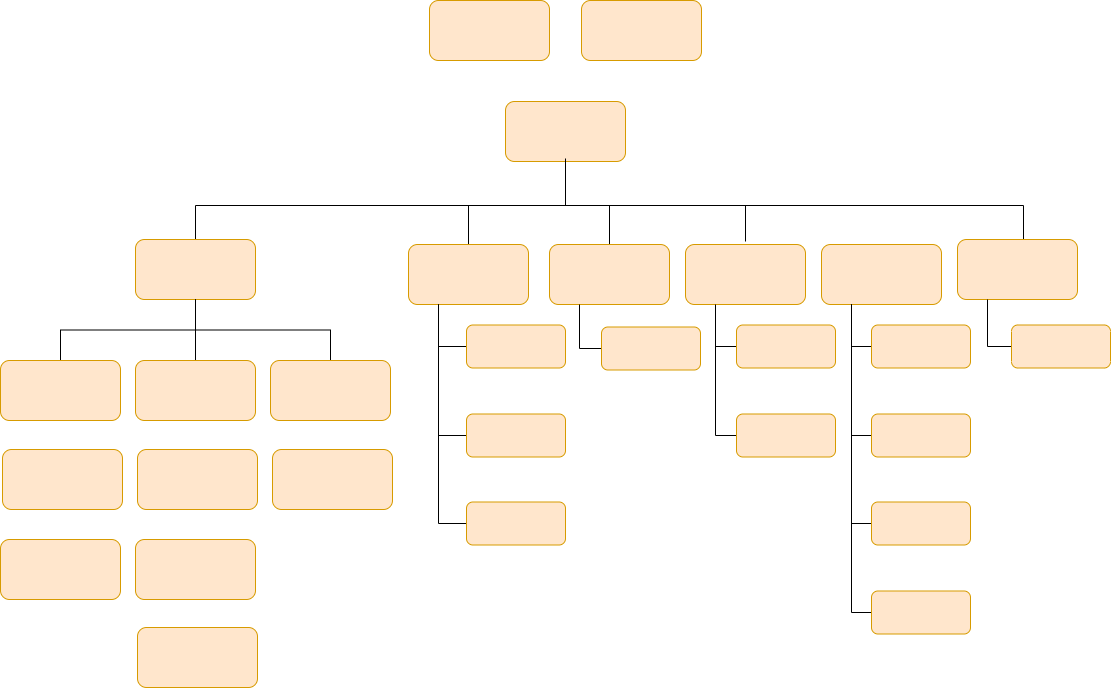
Above: diagrams/organigramme.png in Ahmed-Amine-Soltani/labs (draw.io), before the change. Source tidied: cells renumbered, new cells last; positions are measured from the earlier drawing's top-left corner, leaving out a move shared by most shapes.
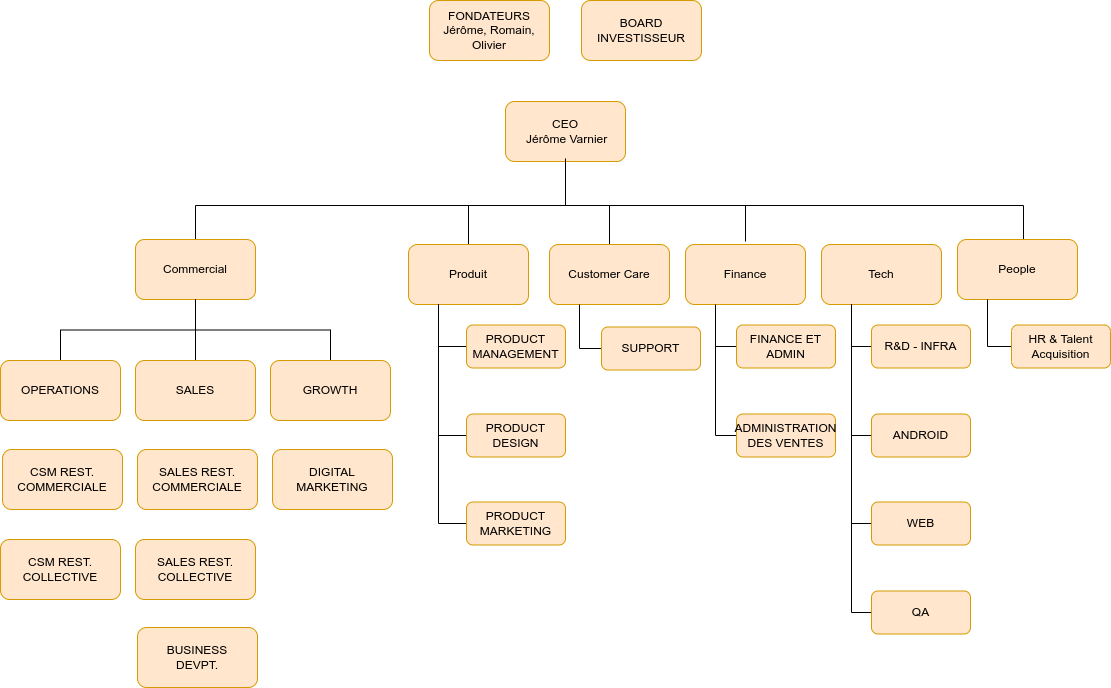
Above is the later version.

What changed in the source:
```diff
@@ -2,13 +2,13 @@
   <root>
     <mxCell id="0" />
     <mxCell id="1" parent="0" />
-    <mxCell id="2" style="rounded=1;whiteSpace=wrap;html=1;fillColor=#ffe6cc;strokeColor=#d79b00;" parent="1" vertex="1">
+    <mxCell id="2" value="FONDATEURS&lt;br&gt;Jérôme, Romain, Olivier" style="rounded=1;whiteSpace=wrap;html=1;fillColor=#ffe6cc;strokeColor=#d79b00;" parent="1" vertex="1">
       <mxGeometry x="429" width="120" height="60" as="geometry" />
     </mxCell>
-    <mxCell id="3" style="rounded=1;whiteSpace=wrap;html=1;fillColor=#ffe6cc;strokeColor=#d79b00;" parent="1" vertex="1">
+    <mxCell id="3" value="BOARD&lt;br/&gt;INVESTISSEUR" style="rounded=1;whiteSpace=wrap;html=1;fillColor=#ffe6cc;strokeColor=#d79b00;" parent="1" vertex="1">
       <mxGeometry x="581" width="120" height="60" as="geometry" />
     </mxCell>
-    <mxCell id="4" style="rounded=1;whiteSpace=wrap;html=1;fillColor=#ffe6cc;strokeColor=#d79b00;" parent="1" vertex="1">
+    <mxCell id="4" value="CEO&lt;br&gt;&amp;nbsp;Jérôme Varnier" style="rounded=1;whiteSpace=wrap;html=1;fillColor=#ffe6cc;strokeColor=#d79b00;" parent="1" vertex="1">
       <mxGeometry x="505" y="101" width="120" height="60" as="geometry" />
     </mxCell>
     <mxCell id="5" style="edgeStyle=orthogonalEdgeStyle;rounded=0;jettySize=auto;html=1;endArrow=none;endFill=0;exitX=0.5;exitY=0;exitDx=0;exitDy=0;" parent="1" edge="1" source="6">
@@ -20,13 +20,13 @@
         </Array>
       </mxGeometry>
     </mxCell>
-    <mxCell id="6" style="rounded=1;whiteSpace=wrap;html=1;fillColor=#ffe6cc;strokeColor=#d79b00;" parent="1" vertex="1">
+    <mxCell id="6" value="Commercial" style="rounded=1;whiteSpace=wrap;html=1;fillColor=#ffe6cc;strokeColor=#d79b00;" parent="1" vertex="1">
       <mxGeometry x="135" y="239" width="120" height="60" as="geometry" />
     </mxCell>
     <mxCell id="7" style="edgeStyle=orthogonalEdgeStyle;rounded=0;jettySize=auto;html=1;exitX=0.5;exitY=0;exitDx=0;exitDy=0;endArrow=none;endFill=0;" parent="1" edge="1" source="8" target="6">
       <mxGeometry relative="1" as="geometry" />
     </mxCell>
-    <mxCell id="8" style="rounded=1;whiteSpace=wrap;html=1;fillColor=#ffe6cc;strokeColor=#d79b00;" parent="1" vertex="1">
+    <mxCell id="8" value="OPERATIONS" style="rounded=1;whiteSpace=wrap;html=1;fillColor=#ffe6cc;strokeColor=#d79b00;" parent="1" vertex="1">
       <mxGeometry y="360" width="120" height="60" as="geometry" />
     </mxCell>
     <mxCell id="9" style="edgeStyle=orthogonalEdgeStyle;rounded=0;orthogonalLoop=1;jettySize=auto;html=1;exitX=0.5;exitY=0;exitDx=0;exitDy=0;entryX=0.5;entryY=1;entryDx=0;entryDy=0;endArrow=none;endFill=0;" parent="1" edge="1">
@@ -39,7 +39,7 @@
         </Array>
       </mxGeometry>
     </mxCell>
-    <mxCell id="10" style="rounded=1;whiteSpace=wrap;html=1;fillColor=#ffe6cc;strokeColor=#d79b00;" parent="1" vertex="1">
+    <mxCell id="10" value="Produit" style="rounded=1;whiteSpace=wrap;html=1;fillColor=#ffe6cc;strokeColor=#d79b00;" parent="1" vertex="1">
       <mxGeometry x="408" y="244" width="120" height="60" as="geometry" />
     </mxCell>
     <mxCell id="11" style="edgeStyle=orthogonalEdgeStyle;rounded=0;jettySize=auto;html=1;exitX=0.25;exitY=1;exitDx=0;exitDy=0;entryX=0;entryY=0.5;entryDx=0;entryDy=0;endArrow=none;endFill=0;" parent="1" edge="1" source="13" target="31">
@@ -55,7 +55,7 @@
         </Array>
       </mxGeometry>
     </mxCell>
-    <mxCell id="13" style="rounded=1;whiteSpace=wrap;html=1;fillColor=#ffe6cc;strokeColor=#d79b00;" parent="1" vertex="1">
+    <mxCell id="13" value="Finance" style="rounded=1;whiteSpace=wrap;html=1;fillColor=#ffe6cc;strokeColor=#d79b00;" parent="1" vertex="1">
       <mxGeometry x="685" y="244" width="120" height="60" as="geometry" />
     </mxCell>
     <mxCell id="14" style="edgeStyle=orthogonalEdgeStyle;rounded=0;jettySize=auto;html=1;exitX=0.5;exitY=0;exitDx=0;exitDy=0;entryX=0.5;entryY=1;entryDx=0;entryDy=0;endArrow=none;endFill=0;" parent="1" edge="1" source="15" target="4">
@@ -66,7 +66,7 @@
         </Array>
       </mxGeometry>
     </mxCell>
-    <mxCell id="15" style="rounded=1;whiteSpace=wrap;html=1;fillColor=#ffe6cc;strokeColor=#d79b00;" parent="1" vertex="1">
+    <mxCell id="15" value="Customer Care" style="rounded=1;whiteSpace=wrap;html=1;fillColor=#ffe6cc;strokeColor=#d79b00;" parent="1" vertex="1">
       <mxGeometry x="549" y="244" width="120" height="60" as="geometry" />
     </mxCell>
     <mxCell id="16" style="edgeStyle=orthogonalEdgeStyle;rounded=0;jettySize=auto;html=1;exitX=0.5;exitY=0;exitDx=0;exitDy=0;endArrow=none;endFill=0;entryX=0.5;entryY=1;entryDx=0;entryDy=0;" parent="1" edge="1" target="4">
@@ -78,103 +78,103 @@
         </Array>
       </mxGeometry>
     </mxCell>
-    <mxCell id="17" style="rounded=1;whiteSpace=wrap;html=1;fillColor=#ffe6cc;strokeColor=#d79b00;" parent="1" vertex="1">
+    <mxCell id="17" value="People" style="rounded=1;whiteSpace=wrap;html=1;fillColor=#ffe6cc;strokeColor=#d79b00;" parent="1" vertex="1">
       <mxGeometry x="957" y="239" width="120" height="60" as="geometry" />
     </mxCell>
-    <mxCell id="18" style="rounded=1;whiteSpace=wrap;html=1;fillColor=#ffe6cc;strokeColor=#d79b00;" parent="1" vertex="1">
+    <mxCell id="18" value="Tech" style="rounded=1;whiteSpace=wrap;html=1;fillColor=#ffe6cc;strokeColor=#d79b00;" parent="1" vertex="1">
       <mxGeometry x="821" y="244" width="120" height="60" as="geometry" />
     </mxCell>
     <mxCell id="19" style="edgeStyle=orthogonalEdgeStyle;rounded=0;jettySize=auto;html=1;exitX=0.5;exitY=0;exitDx=0;exitDy=0;entryX=0.5;entryY=1;entryDx=0;entryDy=0;endArrow=none;endFill=0;" parent="1" edge="1" source="20" target="6">
       <mxGeometry relative="1" as="geometry" />
     </mxCell>
-    <mxCell id="20" style="rounded=1;whiteSpace=wrap;html=1;fillColor=#ffe6cc;strokeColor=#d79b00;" parent="1" vertex="1">
+    <mxCell id="20" value="SALES" style="rounded=1;whiteSpace=wrap;html=1;fillColor=#ffe6cc;strokeColor=#d79b00;" parent="1" vertex="1">
       <mxGeometry x="135" y="360" width="120" height="60" as="geometry" />
     </mxCell>
     <mxCell id="21" style="edgeStyle=orthogonalEdgeStyle;rounded=0;jettySize=auto;html=1;exitX=0.5;exitY=0;exitDx=0;exitDy=0;entryX=0.5;entryY=1;entryDx=0;entryDy=0;endArrow=none;endFill=0;" parent="1" edge="1" source="22" target="6">
       <mxGeometry relative="1" as="geometry" />
     </mxCell>
-    <mxCell id="22" style="rounded=1;whiteSpace=wrap;html=1;fillColor=#ffe6cc;strokeColor=#d79b00;" parent="1" vertex="1">
+    <mxCell id="22" value="GROWTH" style="rounded=1;whiteSpace=wrap;html=1;fillColor=#ffe6cc;strokeColor=#d79b00;" parent="1" vertex="1">
       <mxGeometry x="270" y="360" width="120" height="60" as="geometry" />
     </mxCell>
-    <mxCell id="23" style="rounded=1;whiteSpace=wrap;html=1;fillColor=#ffe6cc;strokeColor=#d79b00;" parent="1" vertex="1">
+    <mxCell id="23" value="CSM REST.&lt;br/&gt;COMMERCIALE" style="rounded=1;whiteSpace=wrap;html=1;fillColor=#ffe6cc;strokeColor=#d79b00;" parent="1" vertex="1">
       <mxGeometry x="2" y="449" width="120" height="60" as="geometry" />
     </mxCell>
-    <mxCell id="24" style="rounded=1;whiteSpace=wrap;html=1;fillColor=#ffe6cc;strokeColor=#d79b00;" parent="1" vertex="1">
+    <mxCell id="24" value="SALES REST.&lt;br/&gt;COMMERCIALE" style="rounded=1;whiteSpace=wrap;html=1;fillColor=#ffe6cc;strokeColor=#d79b00;" parent="1" vertex="1">
       <mxGeometry x="137" y="449" width="120" height="60" as="geometry" />
     </mxCell>
-    <mxCell id="25" style="rounded=1;whiteSpace=wrap;html=1;fillColor=#ffe6cc;strokeColor=#d79b00;" parent="1" vertex="1">
+    <mxCell id="25" value="DIGITAL&lt;br/&gt;MARKETING" style="rounded=1;whiteSpace=wrap;html=1;fillColor=#ffe6cc;strokeColor=#d79b00;" parent="1" vertex="1">
       <mxGeometry x="272" y="449" width="120" height="60" as="geometry" />
     </mxCell>
-    <mxCell id="26" style="rounded=1;whiteSpace=wrap;html=1;fillColor=#ffe6cc;strokeColor=#d79b00;" parent="1" vertex="1">
+    <mxCell id="26" value="CSM REST.&lt;br/&gt;COLLECTIVE" style="rounded=1;whiteSpace=wrap;html=1;fillColor=#ffe6cc;strokeColor=#d79b00;" parent="1" vertex="1">
       <mxGeometry y="539" width="120" height="60" as="geometry" />
     </mxCell>
-    <mxCell id="27" style="rounded=1;whiteSpace=wrap;html=1;fillColor=#ffe6cc;strokeColor=#d79b00;" parent="1" vertex="1">
+    <mxCell id="27" value="SALES REST.&lt;br/&gt;COLLECTIVE" style="rounded=1;whiteSpace=wrap;html=1;fillColor=#ffe6cc;strokeColor=#d79b00;" parent="1" vertex="1">
       <mxGeometry x="135" y="539" width="120" height="60" as="geometry" />
     </mxCell>
-    <mxCell id="28" style="rounded=1;whiteSpace=wrap;html=1;fillColor=#ffe6cc;strokeColor=#d79b00;" parent="1" vertex="1">
+    <mxCell id="28" value="BUSINESS&lt;br/&gt;DEVPT." style="rounded=1;whiteSpace=wrap;html=1;fillColor=#ffe6cc;strokeColor=#d79b00;" parent="1" vertex="1">
       <mxGeometry x="137" y="627" width="120" height="60" as="geometry" />
     </mxCell>
     <mxCell id="29" style="edgeStyle=orthogonalEdgeStyle;rounded=0;jettySize=auto;html=1;exitX=0;exitY=0.5;exitDx=0;exitDy=0;entryX=0.25;entryY=1;entryDx=0;entryDy=0;endArrow=none;endFill=0;" parent="1" edge="1" source="30" target="10">
       <mxGeometry relative="1" as="geometry" />
     </mxCell>
-    <mxCell id="30" style="rounded=1;whiteSpace=wrap;html=1;fillColor=#ffe6cc;strokeColor=#d79b00;" parent="1" vertex="1">
+    <mxCell id="30" value="PRODUCT&lt;br/&gt;MANAGEMENT" style="rounded=1;whiteSpace=wrap;html=1;fillColor=#ffe6cc;strokeColor=#d79b00;" parent="1" vertex="1">
       <mxGeometry x="466" y="324.5" width="99" height="43" as="geometry" />
     </mxCell>
-    <mxCell id="31" style="rounded=1;whiteSpace=wrap;html=1;fillColor=#ffe6cc;strokeColor=#d79b00;" parent="1" vertex="1">
+    <mxCell id="31" value="FINANCE ET&lt;br/&gt;ADMIN" style="rounded=1;whiteSpace=wrap;html=1;fillColor=#ffe6cc;strokeColor=#d79b00;" parent="1" vertex="1">
       <mxGeometry x="736" y="324.5" width="99" height="43" as="geometry" />
     </mxCell>
     <mxCell id="32" style="edgeStyle=orthogonalEdgeStyle;rounded=0;jettySize=auto;html=1;exitX=0;exitY=0.5;exitDx=0;exitDy=0;entryX=0.25;entryY=1;entryDx=0;entryDy=0;endArrow=none;endFill=0;" parent="1" edge="1" source="33" target="15">
       <mxGeometry relative="1" as="geometry" />
     </mxCell>
-    <mxCell id="33" style="rounded=1;whiteSpace=wrap;html=1;fillColor=#ffe6cc;strokeColor=#d79b00;" parent="1" vertex="1">
+    <mxCell id="33" value="SUPPORT" style="rounded=1;whiteSpace=wrap;html=1;fillColor=#ffe6cc;strokeColor=#d79b00;" parent="1" vertex="1">
       <mxGeometry x="601" y="326.5" width="99" height="43" as="geometry" />
     </mxCell>
     <mxCell id="34" style="edgeStyle=orthogonalEdgeStyle;rounded=0;jettySize=auto;html=1;exitX=0;exitY=0.5;exitDx=0;exitDy=0;entryX=0.25;entryY=1;entryDx=0;entryDy=0;endArrow=none;endFill=0;" parent="1" edge="1" source="35" target="17">
       <mxGeometry relative="1" as="geometry" />
     </mxCell>
-    <mxCell id="35" style="rounded=1;whiteSpace=wrap;html=1;fillColor=#ffe6cc;strokeColor=#d79b00;" parent="1" vertex="1">
+    <mxCell id="35" value="HR &amp;amp; Talent&lt;br/&gt;Acquisition" style="rounded=1;whiteSpace=wrap;html=1;fillColor=#ffe6cc;strokeColor=#d79b00;" parent="1" vertex="1">
       <mxGeometry x="1011" y="324.5" width="99" height="43" as="geometry" />
     </mxCell>
     <mxCell id="36" style="edgeStyle=orthogonalEdgeStyle;rounded=0;jettySize=auto;html=1;exitX=0;exitY=0.5;exitDx=0;exitDy=0;entryX=0.25;entryY=1;entryDx=0;entryDy=0;endArrow=none;endFill=0;" parent="1" edge="1" source="37" target="18">
       <mxGeometry relative="1" as="geometry" />
     </mxCell>
-    <mxCell id="37" style="rounded=1;whiteSpace=wrap;html=1;fillColor=#ffe6cc;strokeColor=#d79b00;" parent="1" vertex="1">
+    <mxCell id="37" value="R&amp;amp;D - INFRA" style="rounded=1;whiteSpace=wrap;html=1;fillColor=#ffe6cc;strokeColor=#d79b00;" parent="1" vertex="1">
       <mxGeometry x="871" y="324.5" width="99" height="43" as="geometry" />
     </mxCell>
     <mxCell id="38" style="edgeStyle=orthogonalEdgeStyle;rounded=0;jettySize=auto;html=1;exitX=0;exitY=0.5;exitDx=0;exitDy=0;entryX=0.25;entryY=1;entryDx=0;entryDy=0;endArrow=none;endFill=0;" parent="1" edge="1" source="39" target="10">
       <mxGeometry relative="1" as="geometry" />
     </mxCell>
-    <mxCell id="39" style="rounded=1;whiteSpace=wrap;html=1;fillColor=#ffe6cc;strokeColor=#d79b00;" parent="1" vertex="1">
+    <mxCell id="39" value="PRODUCT&lt;br/&gt;DESIGN" style="rounded=1;whiteSpace=wrap;html=1;fillColor=#ffe6cc;strokeColor=#d79b00;" parent="1" vertex="1">
       <mxGeometry x="466" y="413.5" width="99" height="43" as="geometry" />
     </mxCell>
     <mxCell id="40" style="edgeStyle=orthogonalEdgeStyle;rounded=0;jettySize=auto;html=1;exitX=0;exitY=0.5;exitDx=0;exitDy=0;entryX=0.25;entryY=1;entryDx=0;entryDy=0;endArrow=none;endFill=0;" parent="1" edge="1" source="41" target="13">
       <mxGeometry relative="1" as="geometry" />
     </mxCell>
-    <mxCell id="41" style="rounded=1;whiteSpace=wrap;html=1;fillColor=#ffe6cc;strokeColor=#d79b00;" parent="1" vertex="1">
+    <mxCell id="41" value="ADMINISTRATION&lt;br/&gt;DES VENTES" style="rounded=1;whiteSpace=wrap;html=1;fillColor=#ffe6cc;strokeColor=#d79b00;" parent="1" vertex="1">
       <mxGeometry x="736" y="413.5" width="99" height="43" as="geometry" />
     </mxCell>
     <mxCell id="42" style="edgeStyle=orthogonalEdgeStyle;rounded=0;jettySize=auto;html=1;exitX=0;exitY=0.5;exitDx=0;exitDy=0;entryX=0.25;entryY=1;entryDx=0;entryDy=0;endArrow=none;endFill=0;" parent="1" edge="1" source="43" target="18">
       <mxGeometry relative="1" as="geometry" />
     </mxCell>
-    <mxCell id="43" style="rounded=1;whiteSpace=wrap;html=1;fillColor=#ffe6cc;strokeColor=#d79b00;" parent="1" vertex="1">
+    <mxCell id="43" value="ANDROID" style="rounded=1;whiteSpace=wrap;html=1;fillColor=#ffe6cc;strokeColor=#d79b00;" parent="1" vertex="1">
       <mxGeometry x="871" y="413.5" width="99" height="43" as="geometry" />
     </mxCell>
     <mxCell id="44" style="edgeStyle=orthogonalEdgeStyle;rounded=0;jettySize=auto;html=1;exitX=0;exitY=0.5;exitDx=0;exitDy=0;entryX=0.25;entryY=1;entryDx=0;entryDy=0;endArrow=none;endFill=0;" parent="1" edge="1" source="45" target="10">
       <mxGeometry relative="1" as="geometry" />
     </mxCell>
-    <mxCell id="45" style="rounded=1;whiteSpace=wrap;html=1;fillColor=#ffe6cc;strokeColor=#d79b00;" parent="1" vertex="1">
+    <mxCell id="45" value="PRODUCT&lt;br/&gt;MARKETING" style="rounded=1;whiteSpace=wrap;html=1;fillColor=#ffe6cc;strokeColor=#d79b00;" parent="1" vertex="1">
       <mxGeometry x="466" y="501.5" width="99" height="43" as="geometry" />
     </mxCell>
     <mxCell id="46" style="edgeStyle=orthogonalEdgeStyle;rounded=0;jettySize=auto;html=1;exitX=0;exitY=0.5;exitDx=0;exitDy=0;entryX=0.25;entryY=1;entryDx=0;entryDy=0;endArrow=none;endFill=0;" parent="1" edge="1" source="47" target="18">
       <mxGeometry relative="1" as="geometry" />
     </mxCell>
-    <mxCell id="47" style="rounded=1;whiteSpace=wrap;html=1;fillColor=#ffe6cc;strokeColor=#d79b00;" parent="1" vertex="1">
+    <mxCell id="47" value="WEB" style="rounded=1;whiteSpace=wrap;html=1;fillColor=#ffe6cc;strokeColor=#d79b00;" parent="1" vertex="1">
       <mxGeometry x="871" y="501.5" width="99" height="43" as="geometry" />
     </mxCell>
     <mxCell id="48" style="edgeStyle=orthogonalEdgeStyle;rounded=0;jettySize=auto;html=1;exitX=0;exitY=0.5;exitDx=0;exitDy=0;entryX=0.25;entryY=1;entryDx=0;entryDy=0;endArrow=none;endFill=0;" parent="1" edge="1" source="49" target="18">
       <mxGeometry relative="1" as="geometry" />
     </mxCell>
-    <mxCell id="49" style="rounded=1;whiteSpace=wrap;html=1;fillColor=#ffe6cc;strokeColor=#d79b00;" parent="1" vertex="1">
+    <mxCell id="49" value="QA" style="rounded=1;whiteSpace=wrap;html=1;fillColor=#ffe6cc;strokeColor=#d79b00;" parent="1" vertex="1">
       <mxGeometry x="871" y="590.5" width="99" height="43" as="geometry" />
     </mxCell>
   </root>
```
